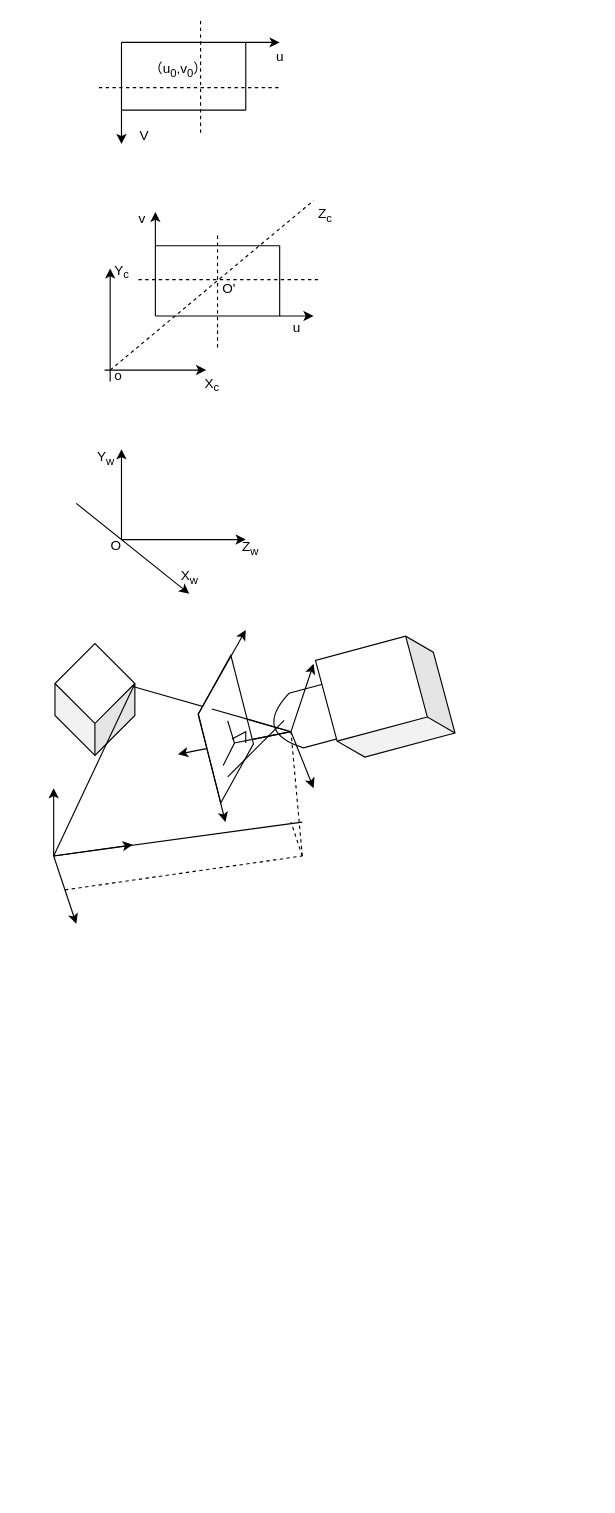
Earlier version of the draw.io diagram 坐标系.drawio (BuerH/Test). Source tidied: cells renumbered, new cells numbered last; positions are measured from the earlier drawing's top-left corner, leaving out a move shared by most shapes. Both pictures are drawn from the tidied source at 113%, with x=0, y=0 at pixel (53, 19).
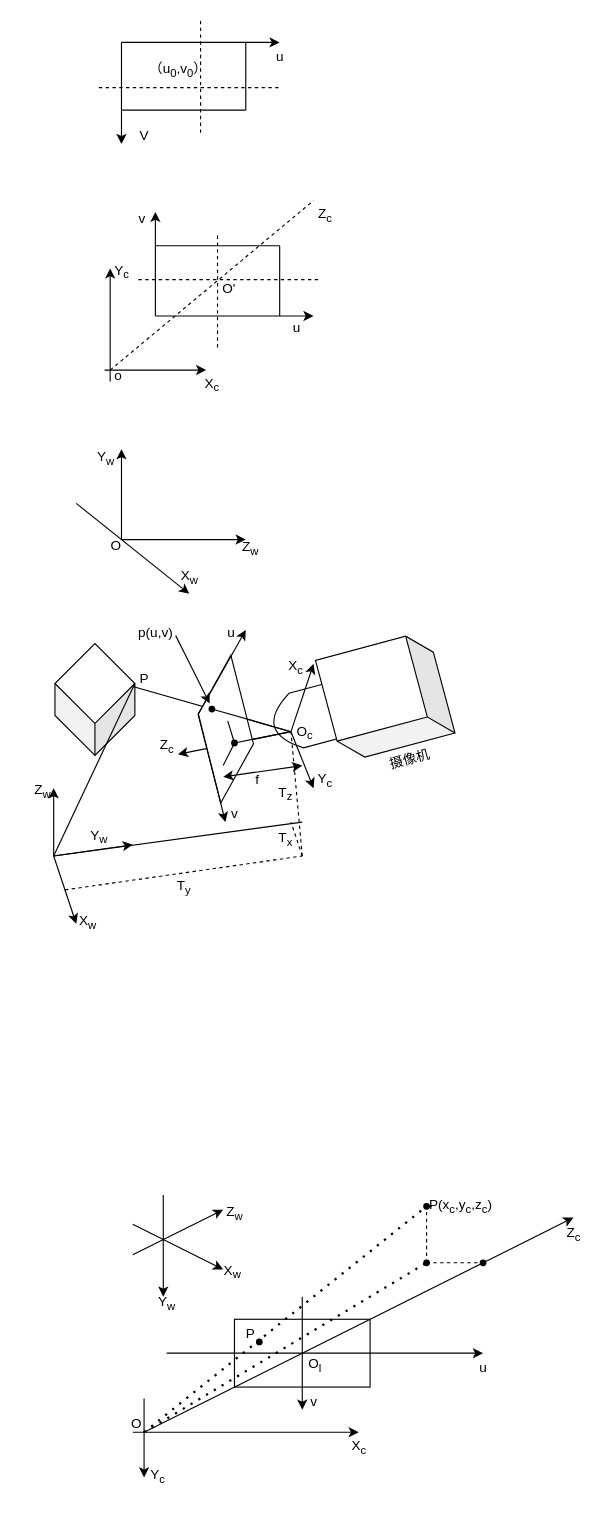
Above is the later version.

Commit message (it also covers changes not shown here):
更新坐标系.drawio

Change to the diagram source:
```diff
@@
-    <mxCell id="50" style="endArrow=none;html=1;rounded=0;" parent="1" edge="1">
+    <mxCell id="50" style="endArrow=none;html=1;rounded=0;" parent="1" edge="1" source="69">
       <mxGeometry relative="1" as="geometry">
-        <mxPoint x="210" y="630" as="sourcePoint" />
         <mxPoint x="140" y="610" as="targetPoint" />
       </mxGeometry>
     </mxCell>
-    <mxCell id="51" style="endArrow=none;html=1;rounded=0;" parent="1" edge="1">
+    <mxCell id="51" style="endArrow=none;html=1;rounded=0;" parent="1" edge="1" source="70">
       <mxGeometry relative="1" as="geometry">
-        <mxPoint x="160" y="640" as="sourcePoint" />
         <mxPoint x="210" y="630" as="targetPoint" />
       </mxGeometry>
     </mxCell>
@@
-    <mxCell id="57" style="endArrow=none;html=1;rounded=0;" parent="1" edge="1">
-      <mxGeometry relative="1" as="geometry">
-        <mxPoint x="157.7" y="636.5" as="sourcePoint" />
-        <mxPoint x="170" y="640" as="targetPoint" />
-        <Array as="points">
-          <mxPoint x="170" y="630" />
-        </Array>
-      </mxGeometry>
-    </mxCell>
-    <mxCell id="58" style="endArrow=none;html=1;rounded=0;" parent="1" edge="1">
-      <mxGeometry relative="1" as="geometry">
-        <mxPoint x="154" y="670" as="sourcePoint" />
-        <mxPoint x="204" y="620" as="targetPoint" />
-      </mxGeometry>
-    </mxCell>
+    <mxCell id="59" style="endArrow=classic;startArrow=classic;html=1;rounded=0;" parent="1" edge="1">
+      <mxGeometry relative="1" as="geometry">
+        <mxPoint x="150" y="670" as="sourcePoint" />
+        <mxPoint x="220" y="660" as="targetPoint" />
+      </mxGeometry>
+    </mxCell>
+    <mxCell id="60" value="P" style="text;html=1;align=center;verticalAlign=middle;strokeColor=none;fillColor=none;" parent="1" vertex="1">
+      <mxGeometry x="65" y="568" width="30" height="30" as="geometry" />
+    </mxCell>
+    <mxCell id="61" value="u" style="text;html=1;align=center;verticalAlign=middle;strokeColor=none;fillColor=none;" parent="1" vertex="1">
+      <mxGeometry x="142" y="528" width="30" height="30" as="geometry" />
+    </mxCell>
+    <mxCell id="62" value="v" style="text;html=1;align=center;verticalAlign=middle;strokeColor=none;fillColor=none;" parent="1" vertex="1">
+      <mxGeometry x="145" y="688" width="30" height="30" as="geometry" />
+    </mxCell>
+    <mxCell id="63" value="f" style="text;html=1;align=center;verticalAlign=middle;strokeColor=none;fillColor=none;" parent="1" vertex="1">
+      <mxGeometry x="165" y="658" width="30" height="30" as="geometry" />
+    </mxCell>
+    <mxCell id="64" value="Z&lt;sub&gt;c&lt;/sub&gt;" style="text;html=1;align=center;verticalAlign=middle;strokeColor=none;fillColor=none;" parent="1" vertex="1">
+      <mxGeometry x="80" y="628" width="40" height="30" as="geometry" />
+    </mxCell>
+    <mxCell id="65" value="O&lt;sub&gt;c&lt;/sub&gt;" style="text;html=1;align=center;verticalAlign=middle;strokeColor=none;fillColor=none;" parent="1" vertex="1">
+      <mxGeometry x="202.1" y="616" width="40" height="30" as="geometry" />
+    </mxCell>
+    <mxCell id="66" value="Y&lt;sub&gt;c&lt;/sub&gt;" style="text;html=1;align=center;verticalAlign=middle;strokeColor=none;fillColor=none;" parent="1" vertex="1">
+      <mxGeometry x="220" y="658" width="40" height="30" as="geometry" />
+    </mxCell>
+    <mxCell id="67" value="X&lt;sub&gt;c&lt;/sub&gt;" style="text;html=1;align=center;verticalAlign=middle;strokeColor=none;fillColor=none;" parent="1" vertex="1">
+      <mxGeometry x="194" y="558" width="40" height="30" as="geometry" />
+    </mxCell>
+    <mxCell id="68" style="endArrow=none;html=1;rounded=0;" parent="1" edge="1" target="69">
+      <mxGeometry relative="1" as="geometry">
+        <mxPoint x="210" y="630" as="sourcePoint" />
+      </mxGeometry>
+    </mxCell>
+    <mxCell id="69" style="shape=waypoint;sketch=0;fillStyle=solid;size=6;points=[];fillColor=none;perimeter=centerPerimeter;snapToPoint=1;" parent="1" vertex="1">
+      <mxGeometry x="130" y="600" width="20" height="20" as="geometry" />
+    </mxCell>
+    <mxCell id="70" style="shape=waypoint;sketch=0;fillStyle=solid;size=6;points=[];fillColor=none;perimeter=centerPerimeter;snapToPoint=1;" parent="1" vertex="1">
+      <mxGeometry x="150" y="630" width="20" height="20" as="geometry" />
+    </mxCell>
+    <mxCell id="71" style="endArrow=classic;html=1;rounded=0;entryX=0.433;entryY=0.157;entryDx=0;entryDy=0;entryPerimeter=0;" parent="1" edge="1">
+      <mxGeometry relative="1" as="geometry">
+        <mxPoint x="108" y="545" as="sourcePoint" />
+        <mxPoint x="138" y="605" as="targetPoint" />
+      </mxGeometry>
+    </mxCell>
+    <mxCell id="72" value="p(u,v)" style="text;html=1;align=center;verticalAlign=middle;strokeColor=none;fillColor=none;" parent="1" vertex="1">
+      <mxGeometry x="65" y="528" width="50" height="30" as="geometry" />
+    </mxCell>
+    <mxCell id="73" value="摄像机" style="text;html=1;align=center;verticalAlign=middle;strokeColor=none;fillColor=none;rotation=-15;" parent="1" vertex="1">
+      <mxGeometry x="284.7" y="640" width="60" height="30" as="geometry" />
+    </mxCell>
+    <mxCell id="74" value="T&lt;sub&gt;x&lt;/sub&gt;" style="text;html=1;align=center;verticalAlign=middle;strokeColor=none;fillColor=none;" parent="1" vertex="1">
+      <mxGeometry x="185" y="710" width="40" height="30" as="geometry" />
+    </mxCell>
+    <mxCell id="75" value="T&lt;sub&gt;y&lt;/sub&gt;" style="text;html=1;align=center;verticalAlign=middle;strokeColor=none;fillColor=none;" parent="1" vertex="1">
+      <mxGeometry x="95" y="753" width="40" height="30" as="geometry" />
+    </mxCell>
+    <mxCell id="76" value="T&lt;sub&gt;z&lt;/sub&gt;" style="text;html=1;align=center;verticalAlign=middle;strokeColor=none;fillColor=none;" parent="1" vertex="1">
+      <mxGeometry x="185" y="670" width="40" height="30" as="geometry" />
+    </mxCell>
+    <mxCell id="77" value="Y&lt;sub&gt;w&lt;/sub&gt;" style="text;html=1;align=center;verticalAlign=middle;strokeColor=none;fillColor=none;" parent="1" vertex="1">
+      <mxGeometry x="20" y="708" width="40" height="30" as="geometry" />
+    </mxCell>
+    <mxCell id="78" value="Z&lt;sub&gt;w&lt;/sub&gt;" style="text;html=1;align=center;verticalAlign=middle;strokeColor=none;fillColor=none;" parent="1" vertex="1">
+      <mxGeometry x="-30" y="668" width="40" height="30" as="geometry" />
+    </mxCell>
+    <mxCell id="79" value="X&lt;sub&gt;w&lt;/sub&gt;" style="text;html=1;align=center;verticalAlign=middle;strokeColor=none;fillColor=none;" parent="1" vertex="1">
+      <mxGeometry x="10" y="784" width="40" height="30" as="geometry" />
+    </mxCell>
+    <mxCell id="80" style="endArrow=classic;html=1;rounded=0;" parent="1" edge="1">
+      <mxGeometry relative="1" as="geometry">
+        <mxPoint x="70" y="1066" as="sourcePoint" />
+        <mxPoint x="150" y="1106" as="targetPoint" />
+      </mxGeometry>
+    </mxCell>
+    <mxCell id="81" style="endArrow=classic;html=1;rounded=0;" parent="1" edge="1">
+      <mxGeometry relative="1" as="geometry">
+        <mxPoint x="70" y="1093" as="sourcePoint" />
+        <mxPoint x="150" y="1053" as="targetPoint" />
+      </mxGeometry>
+    </mxCell>
+    <mxCell id="82" style="endArrow=classic;html=1;rounded=0;" parent="1" edge="1">
+      <mxGeometry relative="1" as="geometry">
+        <mxPoint x="97" y="1040" as="sourcePoint" />
+        <mxPoint x="97" y="1130" as="targetPoint" />
+      </mxGeometry>
+    </mxCell>
+    <mxCell id="83" value="Z&lt;sub&gt;w&lt;/sub&gt;" style="text;html=1;align=center;verticalAlign=middle;strokeColor=none;fillColor=none;" parent="1" vertex="1">
+      <mxGeometry x="140" y="1041" width="40" height="30" as="geometry" />
+    </mxCell>
+    <mxCell id="84" value="X&lt;sub&gt;w&lt;/sub&gt;" style="text;html=1;align=center;verticalAlign=middle;strokeColor=none;fillColor=none;" parent="1" vertex="1">
+      <mxGeometry x="138" y="1093" width="40" height="30" as="geometry" />
+    </mxCell>
+    <mxCell id="85" value="Y&lt;sub&gt;w&lt;/sub&gt;" style="text;html=1;align=center;verticalAlign=middle;strokeColor=none;fillColor=none;" parent="1" vertex="1">
+      <mxGeometry x="80" y="1121" width="40" height="30" as="geometry" />
+    </mxCell>
+    <mxCell id="86" style="endArrow=classic;html=1;rounded=0;" parent="1" edge="1">
+      <mxGeometry relative="1" as="geometry">
+        <mxPoint x="70" y="1250" as="sourcePoint" />
+        <mxPoint x="270" y="1250" as="targetPoint" />
+      </mxGeometry>
+    </mxCell>
+    <mxCell id="87" style="endArrow=classic;html=1;rounded=0;" parent="1" edge="1">
+      <mxGeometry relative="1" as="geometry">
+        <mxPoint x="80" y="1220" as="sourcePoint" />
+        <mxPoint x="80" y="1290" as="targetPoint" />
+      </mxGeometry>
+    </mxCell>
+    <mxCell id="88" value="O" style="text;html=1;align=center;verticalAlign=middle;points=[];strokeColor=none;fillColor=none;" parent="1" vertex="1">
+      <mxGeometry x="58" y="1228" width="30" height="30" as="geometry" />
+    </mxCell>
+    <mxCell id="89" value="Y&lt;sub&gt;c&lt;/sub&gt;" style="text;html=1;align=center;verticalAlign=middle;strokeColor=none;fillColor=none;" parent="1" vertex="1">
+      <mxGeometry x="72" y="1274" width="40" height="30" as="geometry" />
+    </mxCell>
+    <mxCell id="90" value="X&lt;sub&gt;c&lt;/sub&gt;" style="text;html=1;align=center;verticalAlign=middle;strokeColor=none;fillColor=none;" parent="1" vertex="1">
+      <mxGeometry x="250" y="1248" width="40" height="30" as="geometry" />
+    </mxCell>
+    <mxCell id="91" style="rounded=0;whiteSpace=wrap;html=1;" parent="1" vertex="1">
+      <mxGeometry x="160" y="1150" width="120" height="60" as="geometry" />
+    </mxCell>
+    <mxCell id="92" style="endArrow=classic;html=1;rounded=0;" parent="1" edge="1">
+      <mxGeometry relative="1" as="geometry">
+        <mxPoint x="100" y="1180" as="sourcePoint" />
+        <mxPoint x="380" y="1180" as="targetPoint" />
+      </mxGeometry>
+    </mxCell>
+    <mxCell id="93" style="endArrow=classic;html=1;rounded=0;" parent="1" edge="1">
+      <mxGeometry relative="1" as="geometry">
+        <mxPoint x="220" y="1130" as="sourcePoint" />
+        <mxPoint x="220" y="1230" as="targetPoint" />
+      </mxGeometry>
+    </mxCell>
+    <mxCell id="94" style="endArrow=none;html=1;rounded=0;" parent="1" edge="1" source="96">
+      <mxGeometry relative="1" as="geometry">
+        <mxPoint x="334.7" y="1050" as="targetPoint" />
+      </mxGeometry>
+    </mxCell>
+    <mxCell id="95" style="shape=waypoint;sketch=0;fillStyle=solid;size=6;fillColor=none;perimeter=centerPerimeter;" parent="1" vertex="1">
+      <mxGeometry x="172" y="1160" width="20" height="20" as="geometry" />
+    </mxCell>
+    <mxCell id="96" style="shape=waypoint;sketch=0;fillStyle=solid;size=6;points=[];fillColor=none;perimeter=centerPerimeter;snapToPoint=1;" parent="1" vertex="1">
+      <mxGeometry x="320" y="1040" width="20" height="20" as="geometry" />
+    </mxCell>
+    <mxCell id="97" style="endArrow=none;dashed=1;html=1;dashPattern=1 3;strokeWidth=2;rounded=0;exitX=0.733;exitY=0.733;exitDx=0;exitDy=0;exitPerimeter=0;entryX=0.299;entryY=0.626;entryDx=0;entryDy=0;entryPerimeter=0;" parent="1" edge="1" source="88" target="96">
+      <mxGeometry relative="1" as="geometry" />
+    </mxCell>
+    <mxCell id="98" style="endArrow=none;dashed=1;html=1;dashPattern=1 3;strokeWidth=2;rounded=0;" parent="1" edge="1" target="100">
+      <mxGeometry relative="1" as="geometry">
+        <mxPoint x="80" y="1250" as="sourcePoint" />
+      </mxGeometry>
+    </mxCell>
+    <mxCell id="99" style="shape=waypoint;sketch=0;fillStyle=solid;size=6;points=[];fillColor=none;perimeter=centerPerimeter;snapToPoint=1;" parent="1" vertex="1">
+      <mxGeometry x="370" y="1090" width="20" height="20" as="geometry" />
+    </mxCell>
+    <mxCell id="100" style="shape=waypoint;sketch=0;fillStyle=solid;size=6;points=[];fillColor=none;perimeter=centerPerimeter;snapToPoint=1;" parent="1" vertex="1">
+      <mxGeometry x="320" y="1090" width="20" height="20" as="geometry" />
+    </mxCell>
+    <mxCell id="101" style="endArrow=none;dashed=1;html=1;rounded=0;entryX=0.714;entryY=0.471;entryDx=0;entryDy=0;entryPerimeter=0;" parent="1" edge="1" target="99">
+      <mxGeometry relative="1" as="geometry">
+        <mxPoint x="330" y="1100" as="sourcePoint" />
+      </mxGeometry>
+    </mxCell>
+    <mxCell id="102" style="endArrow=none;dashed=1;html=1;rounded=0;" parent="1" edge="1" target="96">
+      <mxGeometry relative="1" as="geometry">
+        <mxPoint x="330" y="1100" as="sourcePoint" />
+      </mxGeometry>
+    </mxCell>
+    <mxCell id="103" value="P(x&lt;sub&gt;c&lt;/sub&gt;,y&lt;sub&gt;c&lt;/sub&gt;,z&lt;sub&gt;c&lt;/sub&gt;)" style="text;html=1;align=center;verticalAlign=middle;strokeColor=none;fillColor=none;" parent="1" vertex="1">
+      <mxGeometry x="320" y="1035" width="80" height="30" as="geometry" />
+    </mxCell>
+    <mxCell id="104" style="endArrow=classic;html=1;rounded=0;" parent="1" edge="1">
+      <mxGeometry relative="1" as="geometry">
+        <mxPoint x="80" y="1250" as="sourcePoint" />
+        <mxPoint x="460" y="1060" as="targetPoint" />
+      </mxGeometry>
+    </mxCell>
+    <mxCell id="105" value="Z&lt;sub&gt;c&lt;/sub&gt;" style="text;html=1;align=center;verticalAlign=middle;strokeColor=none;fillColor=none;" parent="1" vertex="1">
+      <mxGeometry x="440" y="1060" width="40" height="30" as="geometry" />
+    </mxCell>
+    <mxCell id="106" value="v" style="text;html=1;align=center;verticalAlign=middle;strokeColor=none;fillColor=none;" parent="1" vertex="1">
+      <mxGeometry x="215" y="1208" width="30" height="30" as="geometry" />
+    </mxCell>
+    <mxCell id="107" value="u" style="text;html=1;align=center;verticalAlign=middle;strokeColor=none;fillColor=none;" parent="1" vertex="1">
+      <mxGeometry x="365" y="1178" width="30" height="30" as="geometry" />
+    </mxCell>
+    <mxCell id="108" value="O&lt;sub&gt;l&lt;/sub&gt;" style="text;html=1;align=center;verticalAlign=middle;strokeColor=none;fillColor=none;" parent="1" vertex="1">
+      <mxGeometry x="211" y="1176" width="40" height="30" as="geometry" />
+    </mxCell>
+    <mxCell id="109" value="P" style="text;html=1;align=center;verticalAlign=middle;strokeColor=none;fillColor=none;" parent="1" vertex="1">
+      <mxGeometry x="159" y="1148" width="30" height="30" as="geometry" />
+    </mxCell>
```
